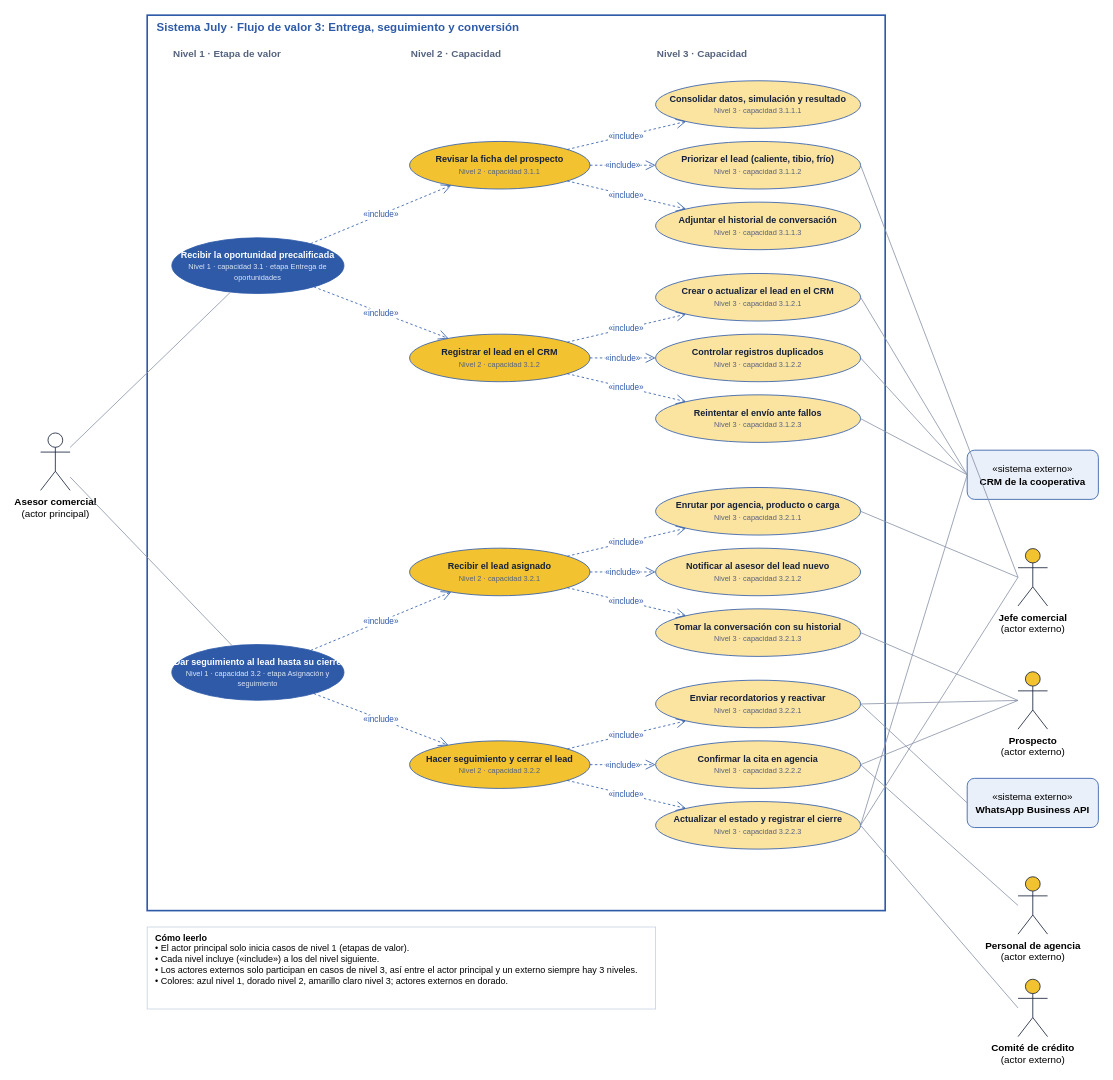
Earlier version of the draw.io diagram Documentacion/03-casos-de-uso/casos-de-uso-flujo-03-entrega-seguimiento-y-conversion.drawio (CoreSystems-IA/Arquitectura-Software). Source tidied: cells renumbered, new cells numbered last; positions are measured from the earlier drawing's top-left corner, leaving out a move shared by most shapes. Both pictures are drawn from the tidied source at 82%, with x=0, y=0 at pixel (40, 15).
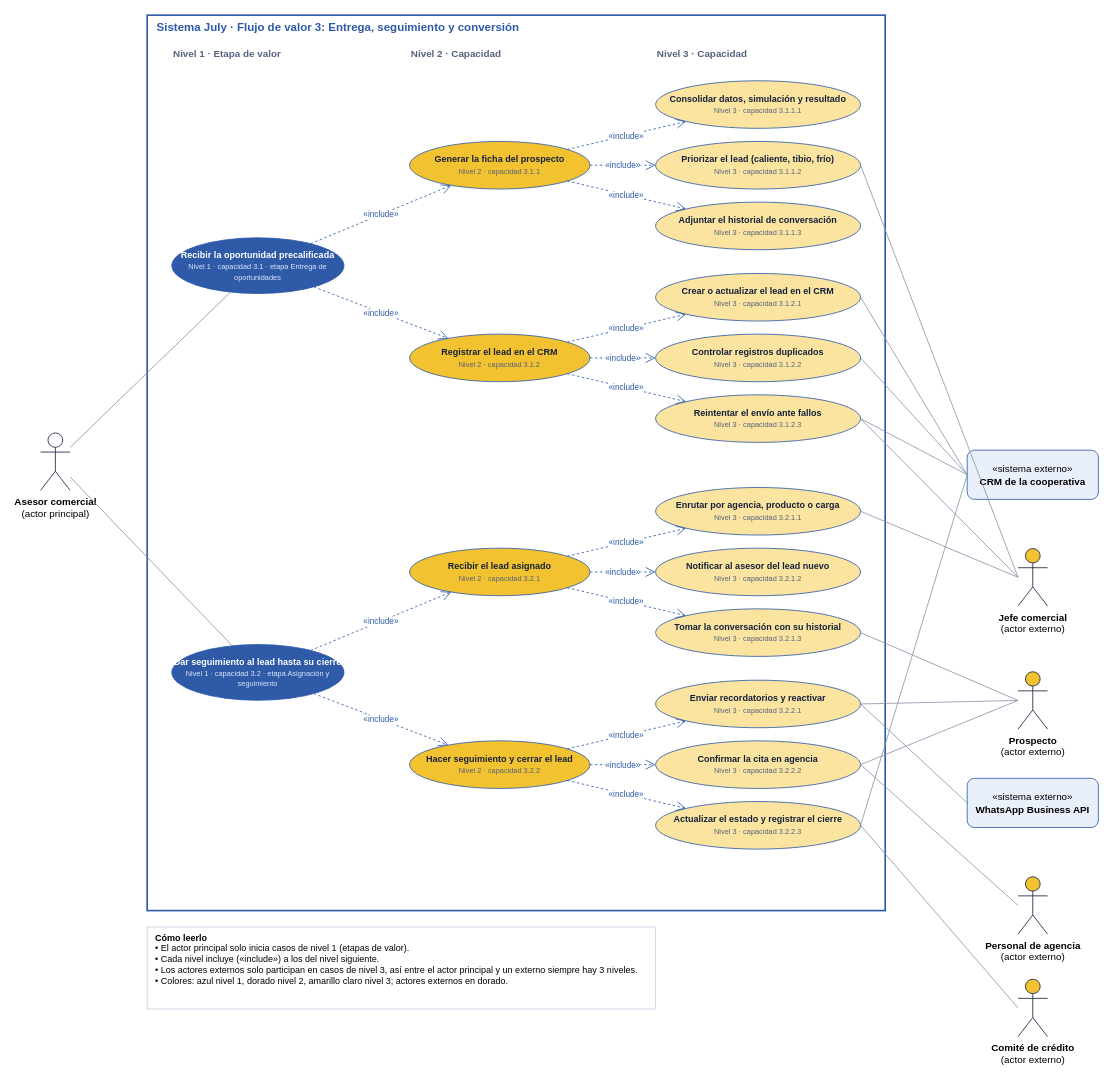
Above is the later version.

The change refers to these unchanged cells:
```xml
<mxCell id="21" value="&lt;font color=&quot;#15213A&quot;&gt;&lt;b&gt;Reintentar el envío ante fallos&lt;/b&gt;&lt;/font&gt;&lt;br&gt;&lt;font style=&quot;font-size:9px&quot; color=&quot;#56637E&quot;&gt;Nivel 3 · capacidad 3.1.2.3&lt;/font&gt;" style="ellipse;whiteSpace=wrap;html=1;fillColor=#FBE3A0;strokeColor=#2E5AA8;fontColor=#15213A;fontSize=11;" parent="1" vertex="1">
  <mxGeometry x="750" y="463" width="250" height="58" as="geometry" />
</mxCell>
<mxCell id="38" value="&lt;font color=&quot;#15213A&quot;&gt;&lt;b&gt;Actualizar el estado y registrar el cierre&lt;/b&gt;&lt;/font&gt;&lt;br&gt;&lt;font style=&quot;font-size:9px&quot; color=&quot;#56637E&quot;&gt;Nivel 3 · capacidad 3.2.2.3&lt;/font&gt;" style="ellipse;whiteSpace=wrap;html=1;fillColor=#FBE3A0;strokeColor=#2E5AA8;fontColor=#15213A;fontSize=11;" parent="1" vertex="1">
  <mxGeometry x="750" y="959" width="250" height="58" as="geometry" />
</mxCell>
<mxCell id="48" value="&lt;b&gt;Jefe comercial&lt;/b&gt;&lt;br&gt;(actor externo)" style="shape=umlActor;verticalLabelPosition=bottom;verticalAlign=top;html=1;outlineConnect=0;fillColor=#F2C230;strokeColor=#15213A;fontSize=12;" parent="1" vertex="1">
  <mxGeometry x="1192" y="650.5" width="36" height="70" as="geometry" />
</mxCell>
```

What changed in the source:
```diff
@@
-    <mxCell id="7" value="&lt;font color=&quot;#15213A&quot;&gt;&lt;b&gt;Revisar la ficha del prospecto&lt;/b&gt;&lt;/font&gt;&lt;br&gt;&lt;font style=&quot;font-size:9px&quot; color=&quot;#56637E&quot;&gt;Nivel 2 · capacidad 3.1.1&lt;/font&gt;" style="ellipse;whiteSpace=wrap;html=1;fillColor=#F2C230;strokeColor=#2E5AA8;fontColor=#15213A;fontSize=11;" parent="1" vertex="1">
+    <mxCell id="7" value="&lt;font color=&quot;#15213A&quot;&gt;&lt;b&gt;Generar la ficha del prospecto&lt;/b&gt;&lt;/font&gt;&lt;br&gt;&lt;font style=&quot;font-size:9px&quot; color=&quot;#56637E&quot;&gt;Nivel 2 · capacidad 3.1.1&lt;/font&gt;" style="ellipse;whiteSpace=wrap;html=1;fillColor=#F2C230;strokeColor=#2E5AA8;fontColor=#15213A;fontSize=11;" parent="1" vertex="1">
       <mxGeometry x="450" y="154" width="220" height="58" as="geometry" />
     </mxCell>
@@
-    <mxCell id="51" style="endArrow=none;html=1;rounded=0;strokeColor=#8A94A8;exitX=1;exitY=0.5;exitDx=0;exitDy=0;entryX=0;entryY=0.5;entryDx=0;entryDy=0;" parent="1" edge="1" source="38" target="48">
+    <mxCell id="51" style="endArrow=none;html=1;rounded=0;strokeColor=#8A94A8;exitX=1;exitY=0.5;exitDx=0;exitDy=0;entryX=0;entryY=0.5;entryDx=0;entryDy=0;" parent="1" edge="1" source="21" target="48">
       <mxGeometry relative="1" as="geometry" />
     </mxCell>
```
